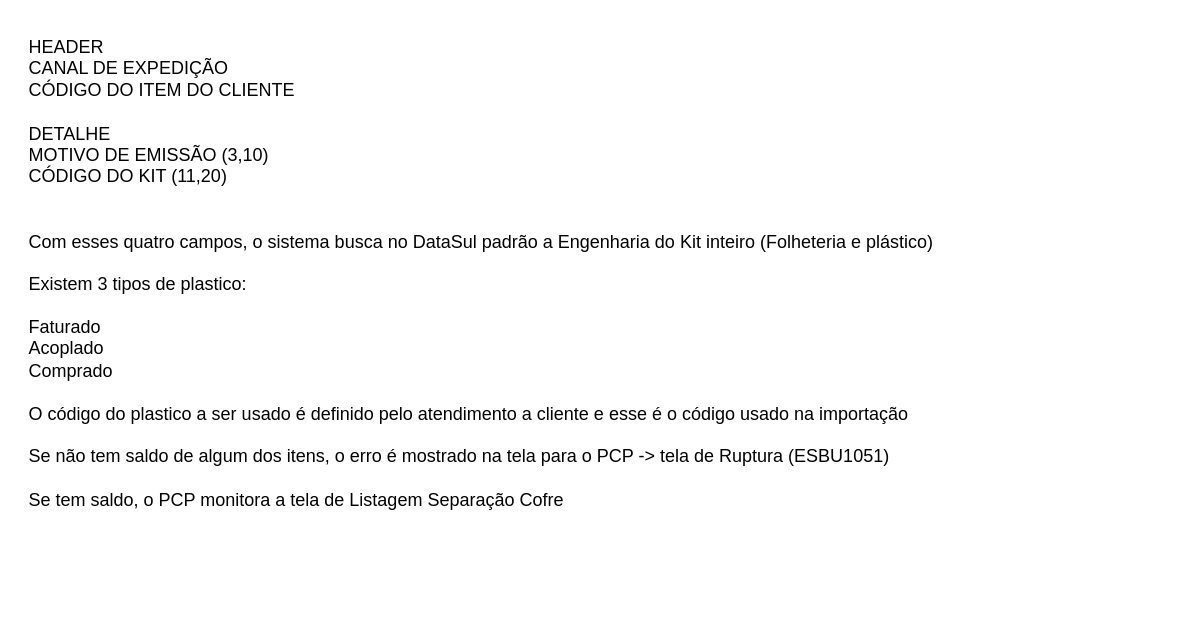
Above: page "Página-6" (7 of 7) of DataSul 2023.drawio in caio-bueno/draws-valid (draw.io), before the change. Source tidied: cells renumbered, new cells numbered last; positions are measured from the earlier drawing's top-left corner, leaving out a move shared by most shapes. Both pictures are drawn from the tidied source at 150%, with x=0, y=0 at pixel (26, 26).
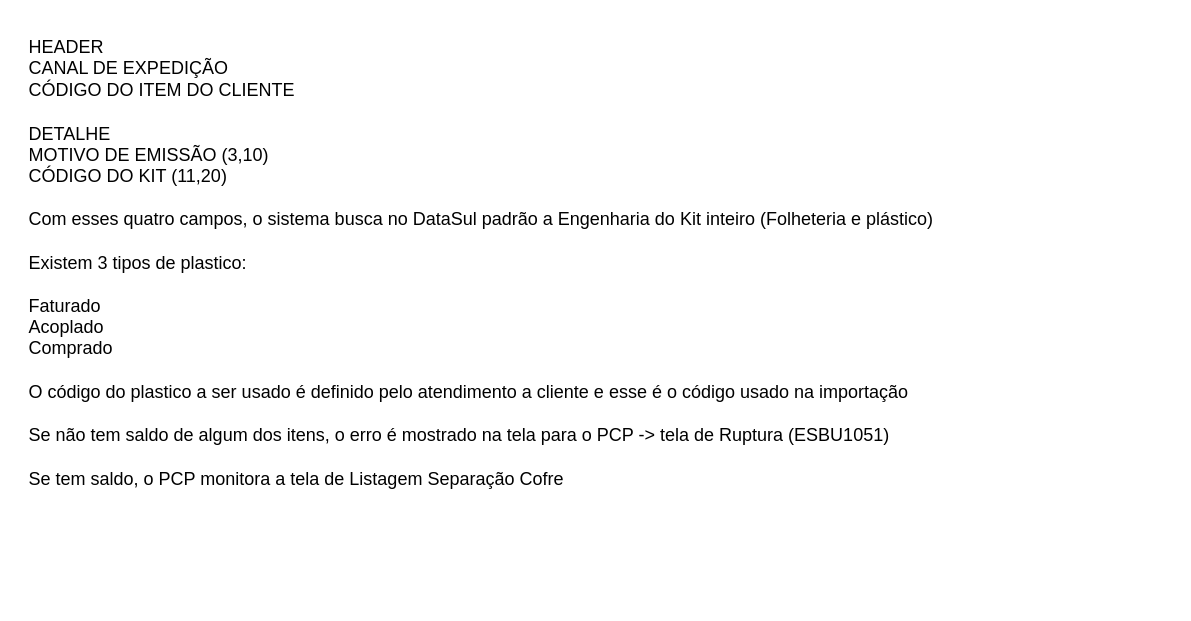
The same diagram, later.

Diff of the diagram source:
```diff
@@
 <mxGraphModel>
   <root>
     <mxCell id="0" />
     <mxCell id="1" parent="0" />
-    <mxCell id="2" value="HEADER&lt;br&gt;CANAL DE EXPEDIÇÃO&lt;br&gt;CÓDIGO DO ITEM DO CLIENTE&lt;br&gt;&lt;br&gt;DETALHE&lt;br&gt;MOTIVO DE EMISSÃO (3,10)&lt;br&gt;CÓDIGO DO KIT (11,20)&lt;br&gt;&lt;br&gt;&lt;br&gt;Com esses quatro campos, o sistema busca no DataSul padrão a Engenharia do Kit inteiro (Folheteria e plástico)&lt;br&gt;&lt;br&gt;Existem 3 tipos de plastico:&lt;br&gt;&lt;br&gt;Faturado&lt;br&gt;Acoplado&lt;br&gt;Comprado&lt;br&gt;&lt;br&gt;O código do plastico a ser usado é definido pelo atendimento a cliente e esse é o código usado na importação&lt;br&gt;&lt;br&gt;Se não tem saldo de algum dos itens, o erro é mostrado na tela para o PCP -&amp;gt; tela de Ruptura (ESBU1051)&lt;br&gt;&lt;br&gt;Se tem saldo, o PCP monitora a tela de Listagem Separação Cofre" style="text;html=1;strokeColor=none;fillColor=none;align=left;verticalAlign=top;whiteSpace=wrap;rounded=0;" parent="1" vertex="1">
-      <mxGeometry width="760" height="380" as="geometry" />
+    <mxCell id="2" value="HEADER&lt;br&gt;CANAL DE EXPEDIÇÃO&lt;br&gt;CÓDIGO DO ITEM DO CLIENTE&lt;br&gt;&lt;br&gt;DETALHE&lt;br&gt;MOTIVO DE EMISSÃO (3,10)&lt;br&gt;CÓDIGO DO KIT (11,20)&lt;br&gt;&lt;br&gt;Com esses quatro campos, o sistema busca no DataSul padrão a Engenharia do Kit inteiro (Folheteria e plástico)&lt;br&gt;&lt;br&gt;Existem 3 tipos de plastico:&lt;br&gt;&lt;br&gt;Faturado&lt;br&gt;Acoplado&lt;br&gt;Comprado&lt;br&gt;&lt;br&gt;O código do plastico a ser usado é definido pelo atendimento a cliente e esse é o código usado na importação&lt;br&gt;&lt;br&gt;Se não tem saldo de algum dos itens, o erro é mostrado na tela para o PCP -&amp;gt; tela de Ruptura (ESBU1051)&lt;br&gt;&lt;br&gt;Se tem saldo, o PCP monitora a tela de Listagem Separação Cofre&lt;br&gt;" style="text;html=1;strokeColor=none;fillColor=none;align=left;verticalAlign=top;whiteSpace=wrap;rounded=0;" parent="1" vertex="1">
+      <mxGeometry width="760" height="340" as="geometry" />
     </mxCell>
   </root>
 </mxGraphModel>
```
